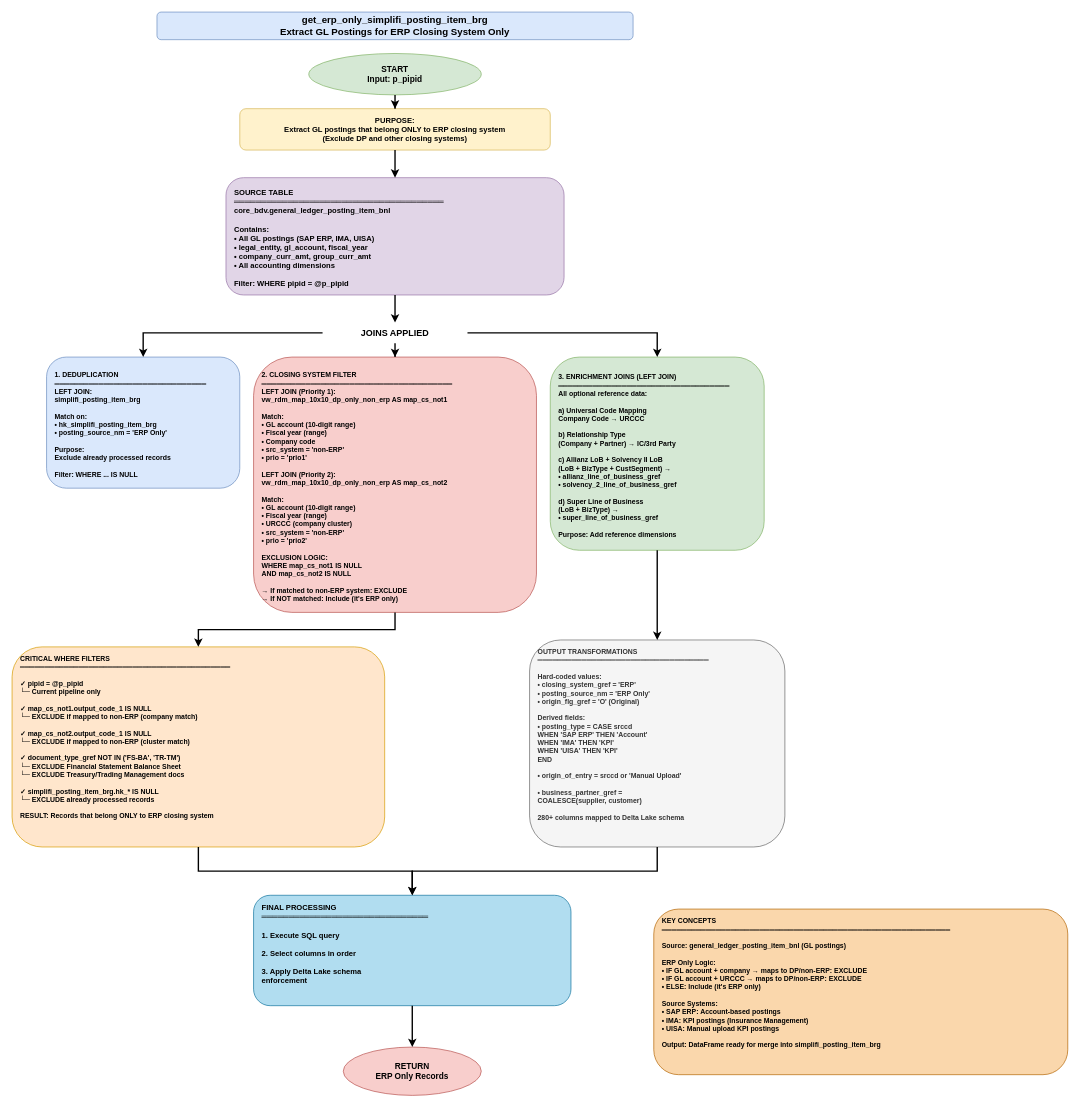
Narendra1508/azure-synapse-poc keeps this draw.io diagram as page "Page-2" (2 of 3) of fx_reval_in_progress.drawio. Above is the earlier version. Source tidied: cells renumbered, new cells numbered last; positions are measured from the earlier drawing's top-left corner, leaving out a move shared by most shapes. Both pictures are drawn from the tidied source at 69%, with x=0, y=0 at pixel (12, 12).
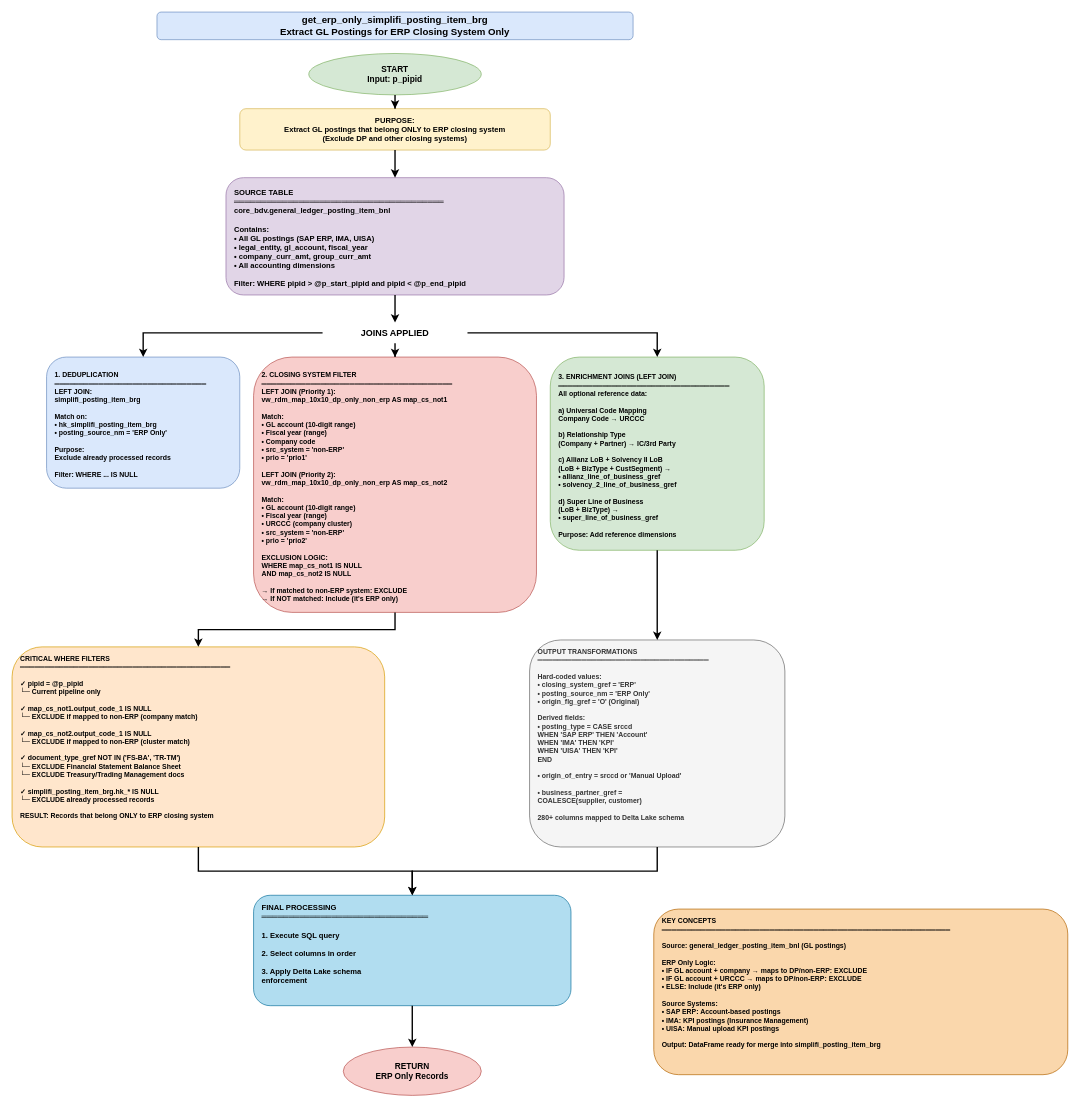
The same diagram, later.

Diff of the diagram source:
```diff
@@
-    <mxCell id="6" value="SOURCE TABLE&#10;═══════════════════════════════════════&#10;core_bdv.general_ledger_posting_item_bnl&#10;&#10;Contains:&#10;• All GL postings (SAP ERP, IMA, UISA)&#10;• legal_entity, gl_account, fiscal_year&#10;• company_curr_amt, group_curr_amt&#10;• All accounting dimensions&#10;&#10;Filter: WHERE pipid = @p_pipid" style="rounded=1;whiteSpace=wrap;html=1;fillColor=#e1d5e7;strokeColor=#9673a6;align=left;verticalAlign=middle;fontStyle=1;spacingLeft=10;spacingTop=5;fontSize=11;" parent="1" vertex="1">
+    <mxCell id="6" value="SOURCE TABLE&lt;br&gt;═══════════════════════════════════════&lt;br&gt;core_bdv.general_ledger_posting_item_bnl&lt;br&gt;&lt;br&gt;Contains:&lt;br&gt;• All GL postings (SAP ERP, IMA, UISA)&lt;br&gt;• legal_entity, gl_account, fiscal_year&lt;br&gt;• company_curr_amt, group_curr_amt&lt;br&gt;• All accounting dimensions&lt;br&gt;&lt;br&gt;Filter: WHERE pipid &amp;gt; @p_start_pipid and pipid &amp;lt; @p_end_pipid" style="rounded=1;whiteSpace=wrap;html=1;fillColor=#e1d5e7;strokeColor=#9673a6;align=left;verticalAlign=middle;fontStyle=1;spacingLeft=10;spacingTop=5;fontSize=11;" parent="1" vertex="1">
       <mxGeometry x="310" y="240" width="490" height="170" as="geometry" />
     </mxCell>
```
